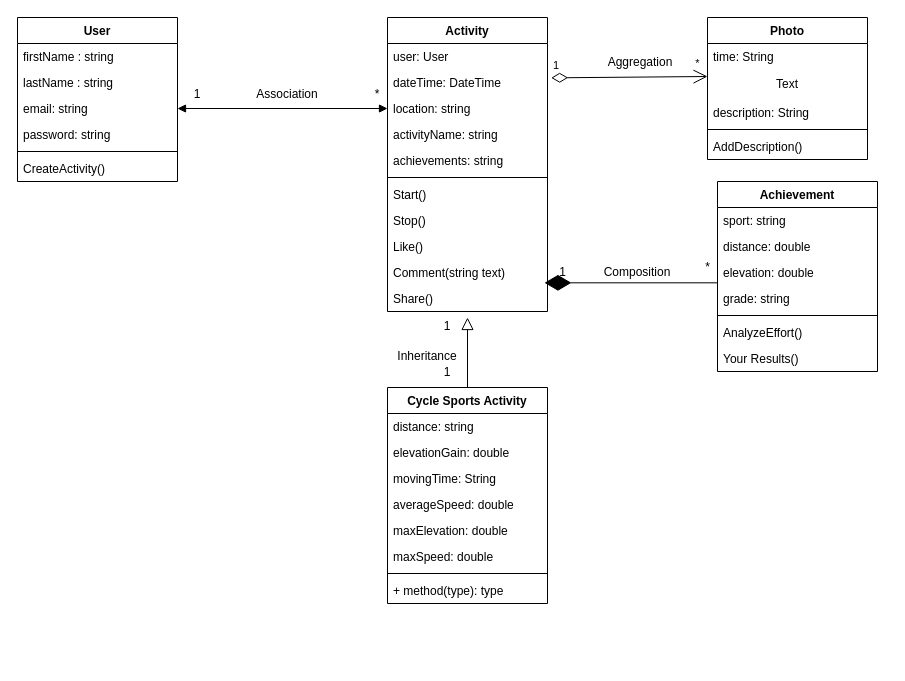
Earlier version of the draw.io diagram Assoc.drawio (st0waway/Assignment-02-OOP). Source tidied: cells renumbered, new cells numbered last; positions are measured from the earlier drawing's top-left corner, leaving out a move shared by most shapes. Both pictures are drawn from the tidied source at 100%, with x=0, y=0 at pixel (17, 17).
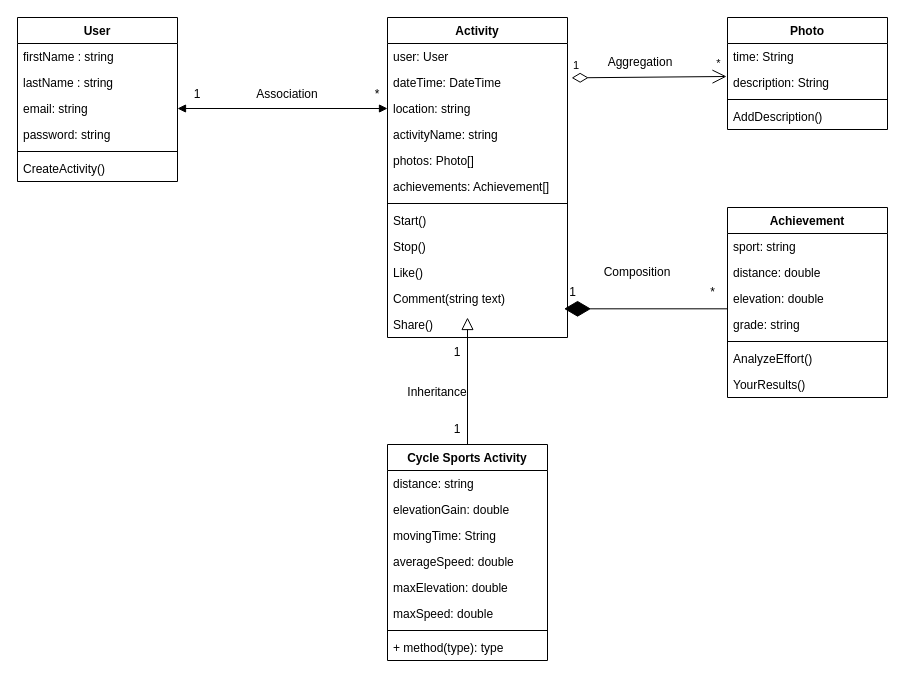
The same diagram, later.

Commit message (it also covers changes not shown here):
Modify UML diagram

What changed in the source:
```diff
@@
     <mxCell id="2" value="Activity" style="swimlane;fontStyle=1;align=center;verticalAlign=top;horizontal=1;startSize=26;" parent="1" vertex="1">
-      <mxGeometry x="370" width="160" height="294" as="geometry" />
+      <mxGeometry x="370" width="180" height="320" as="geometry" />
     </mxCell>
     <mxCell id="3" value="user: User" style="text;strokeColor=none;fillColor=none;align=left;verticalAlign=top;spacingLeft=4;spacingRight=4;overflow=hidden;" parent="2" vertex="1">
-      <mxGeometry y="26" width="160" height="26" as="geometry" />
+      <mxGeometry y="26" width="180" height="26" as="geometry" />
     </mxCell>
     <mxCell id="4" value="dateTime: DateTime" style="text;strokeColor=none;fillColor=none;align=left;verticalAlign=top;spacingLeft=4;spacingRight=4;overflow=hidden;points=[[0,0.5],[1,0.5]];portConstraint=eastwest;" parent="2" vertex="1">
-      <mxGeometry y="52" width="160" height="26" as="geometry" />
+      <mxGeometry y="52" width="180" height="26" as="geometry" />
     </mxCell>
     <mxCell id="5" value="location: string " style="text;strokeColor=none;fillColor=none;align=left;verticalAlign=top;spacingLeft=4;spacingRight=4;overflow=hidden;" parent="2" vertex="1">
-      <mxGeometry y="78" width="160" height="26" as="geometry" />
+      <mxGeometry y="78" width="180" height="26" as="geometry" />
     </mxCell>
     <mxCell id="6" value="activityName: string " style="text;strokeColor=none;fillColor=none;align=left;verticalAlign=top;spacingLeft=4;spacingRight=4;overflow=hidden;" parent="2" vertex="1">
-      <mxGeometry y="104" width="160" height="26" as="geometry" />
+      <mxGeometry y="104" width="180" height="26" as="geometry" />
     </mxCell>
+    <mxCell id="59" value="photos: Photo[]" style="text;strokeColor=none;fillColor=none;align=left;verticalAlign=top;spacingLeft=4;spacingRight=4;overflow=hidden;" parent="2" vertex="1">
+      <mxGeometry y="130" width="180" height="26" as="geometry" />
+    </mxCell>
-    <mxCell id="7" value="achievements: string" style="text;strokeColor=none;fillColor=none;align=left;verticalAlign=top;spacingLeft=4;spacingRight=4;overflow=hidden;" parent="2" vertex="1">
-      <mxGeometry y="130" width="160" height="26" as="geometry" />
+    <mxCell id="7" value="achievements: Achievement[]" style="text;strokeColor=none;fillColor=none;align=left;verticalAlign=top;spacingLeft=4;spacingRight=4;overflow=hidden;" parent="2" vertex="1">
+      <mxGeometry y="156" width="180" height="26" as="geometry" />
     </mxCell>
     <mxCell id="8" style="line;strokeWidth=1;fillColor=none;align=left;verticalAlign=middle;spacingTop=-1;spacingLeft=3;spacingRight=3;labelPosition=right;strokeColor=inherit;" parent="2" vertex="1">
-      <mxGeometry y="156" width="160" height="8" as="geometry" />
+      <mxGeometry y="182" width="180" height="8" as="geometry" />
     </mxCell>
     <mxCell id="9" value="Start()" style="text;strokeColor=none;fillColor=none;align=left;verticalAlign=top;spacingLeft=4;spacingRight=4;overflow=hidden;" parent="2" vertex="1">
-      <mxGeometry y="164" width="160" height="26" as="geometry" />
+      <mxGeometry y="190" width="180" height="26" as="geometry" />
     </mxCell>
     <mxCell id="10" value="Stop()" style="text;strokeColor=none;fillColor=none;align=left;verticalAlign=top;spacingLeft=4;spacingRight=4;overflow=hidden;" parent="2" vertex="1">
-      <mxGeometry y="190" width="160" height="26" as="geometry" />
+      <mxGeometry y="216" width="180" height="26" as="geometry" />
     </mxCell>
     <mxCell id="11" value="Like()" style="text;strokeColor=none;fillColor=none;align=left;verticalAlign=top;spacingLeft=4;spacingRight=4;overflow=hidden;" parent="2" vertex="1">
-      <mxGeometry y="216" width="160" height="26" as="geometry" />
+      <mxGeometry y="242" width="180" height="26" as="geometry" />
     </mxCell>
     <mxCell id="12" value="Comment(string text)" style="text;strokeColor=none;fillColor=none;align=left;verticalAlign=top;spacingLeft=4;spacingRight=4;overflow=hidden;" parent="2" vertex="1">
-      <mxGeometry y="242" width="160" height="26" as="geometry" />
+      <mxGeometry y="268" width="180" height="26" as="geometry" />
     </mxCell>
     <mxCell id="13" value="Share()" style="text;strokeColor=none;fillColor=none;align=left;verticalAlign=top;spacingLeft=4;spacingRight=4;overflow=hidden;points=[[0,0.5],[1,0.5]];portConstraint=eastwest;" parent="2" vertex="1">
-      <mxGeometry y="268" width="160" height="26" as="geometry" />
+      <mxGeometry y="294" width="180" height="26" as="geometry" />
     </mxCell>
     <mxCell id="14" value="Photo" style="swimlane;fontStyle=1;align=center;verticalAlign=top;horizontal=1;startSize=26;" parent="1" vertex="1">
-      <mxGeometry x="690" width="160" height="142" as="geometry" />
+      <mxGeometry x="710" width="160" height="112" as="geometry" />
     </mxCell>
@@
-    <mxCell id="16" value="Text" style="text;html=1;strokeColor=none;fillColor=none;align=center;verticalAlign=middle;whiteSpace=wrap;rounded=0;" parent="14" vertex="1">
-      <mxGeometry y="52" width="160" height="30" as="geometry" />
-    </mxCell>
     <mxCell id="17" value="description: String" style="text;strokeColor=none;fillColor=none;align=left;verticalAlign=top;spacingLeft=4;spacingRight=4;overflow=hidden;points=[[0,0.5],[1,0.5]];portConstraint=eastwest;" parent="14" vertex="1">
-      <mxGeometry y="82" width="160" height="26" as="geometry" />
+      <mxGeometry y="52" width="160" height="26" as="geometry" />
     </mxCell>
     <mxCell id="18" style="line;strokeWidth=1;fillColor=none;align=left;verticalAlign=middle;spacingTop=-1;spacingLeft=3;spacingRight=3;labelPosition=right;strokeColor=inherit;" parent="14" vertex="1">
-      <mxGeometry y="108" width="160" height="8" as="geometry" />
+      <mxGeometry y="78" width="160" height="8" as="geometry" />
     </mxCell>
     <mxCell id="19" value="AddDescription()" style="text;strokeColor=none;fillColor=none;align=left;verticalAlign=top;spacingLeft=4;spacingRight=4;overflow=hidden;" parent="14" vertex="1">
-      <mxGeometry y="116" width="160" height="26" as="geometry" />
+      <mxGeometry y="86" width="160" height="26" as="geometry" />
     </mxCell>
     <mxCell id="20" value="Achievement" style="swimlane;fontStyle=1;align=center;verticalAlign=top;horizontal=1;startSize=26;" parent="1" vertex="1">
-      <mxGeometry x="700" y="164" width="160" height="190" as="geometry" />
+      <mxGeometry x="710" y="190" width="160" height="190" as="geometry" />
     </mxCell>
@@
-    <mxCell id="27" value="Your Results()" style="text;strokeColor=none;fillColor=none;align=left;verticalAlign=top;spacingLeft=4;spacingRight=4;overflow=hidden;" parent="20" vertex="1">
+    <mxCell id="27" value="YourResults()" style="text;strokeColor=none;fillColor=none;align=left;verticalAlign=top;spacingLeft=4;spacingRight=4;overflow=hidden;" parent="20" vertex="1">
       <mxGeometry y="164" width="160" height="26" as="geometry" />
     </mxCell>
-    <mxCell id="28" value="1" style="endArrow=open;html=1;endSize=12;startArrow=diamondThin;startSize=14;startFill=0;align=left;verticalAlign=bottom;rounded=0;exitX=1.023;exitY=0.321;exitDx=0;exitDy=0;exitPerimeter=0;" parent="1" edge="1" source="4">
-      <mxGeometry x="-1" y="3" relative="1" as="geometry">
-        <mxPoint x="690" y="59" as="targetPoint" />
-      </mxGeometry>
+    <mxCell id="28" value="1" style="endArrow=open;html=1;endSize=12;startArrow=diamondThin;startSize=14;startFill=0;align=left;verticalAlign=bottom;rounded=0;exitX=1.023;exitY=0.321;exitDx=0;exitDy=0;exitPerimeter=0;entryX=-0.006;entryY=0.269;entryDx=0;entryDy=0;entryPerimeter=0;" parent="1" edge="1" source="4" target="17">
+      <mxGeometry x="-1" y="3" relative="1" as="geometry" />
     </mxCell>
@@
     <mxCell id="30" value="Cycle Sports Activity" style="swimlane;fontStyle=1;align=center;verticalAlign=top;horizontal=1;startSize=26;" parent="1" vertex="1">
-      <mxGeometry x="370" y="370" width="160" height="216" as="geometry" />
+      <mxGeometry x="370" y="427" width="160" height="216" as="geometry" />
     </mxCell>
@@
     <mxCell id="48" value="Inheritance" style="text;html=1;strokeColor=none;fillColor=none;align=center;verticalAlign=middle;whiteSpace=wrap;rounded=0;" parent="1" vertex="1">
-      <mxGeometry x="380" y="324" width="60" height="30" as="geometry" />
+      <mxGeometry x="390" y="360" width="60" height="30" as="geometry" />
     </mxCell>
@@
     <mxCell id="55" value="1" style="text;html=1;align=center;verticalAlign=middle;strokeColor=none;fillColor=none;" parent="1" vertex="1">
-      <mxGeometry x="530" y="240" width="30" height="30" as="geometry" />
+      <mxGeometry x="540" y="260" width="30" height="30" as="geometry" />
     </mxCell>
     <mxCell id="56" value="*" style="text;html=1;align=center;verticalAlign=middle;strokeColor=none;fillColor=none;" parent="1" vertex="1">
-      <mxGeometry x="675" y="235" width="30" height="30" as="geometry" />
+      <mxGeometry x="680" y="260" width="30" height="30" as="geometry" />
     </mxCell>
     <mxCell id="57" value="1" style="text;html=1;strokeColor=none;fillColor=none;align=center;verticalAlign=middle;whiteSpace=wrap;rounded=0;" parent="1" vertex="1">
-      <mxGeometry x="400" y="294" width="60" height="30" as="geometry" />
+      <mxGeometry x="410" y="320" width="60" height="30" as="geometry" />
     </mxCell>
     <mxCell id="58" value="1" style="text;html=1;strokeColor=none;fillColor=none;align=center;verticalAlign=middle;whiteSpace=wrap;rounded=0;" parent="1" vertex="1">
-      <mxGeometry x="400" y="340" width="60" height="30" as="geometry" />
+      <mxGeometry x="410" y="397" width="60" height="30" as="geometry" />
     </mxCell>
```
